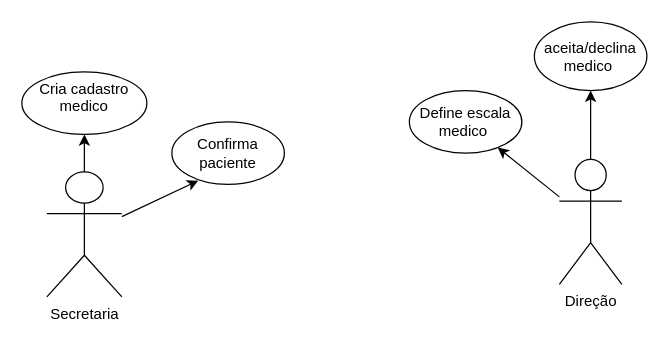
This is Diagramas/gerente-secre.drawio.xml from mborges007/ssu, a draw.io file, before an edit. Source tidied: cells renumbered, new cells numbered last; positions are measured from the earlier drawing's top-left corner, leaving out a move shared by most shapes. Both pictures are drawn from the tidied source at 125%, with x=0, y=0 at pixel (21, 21).
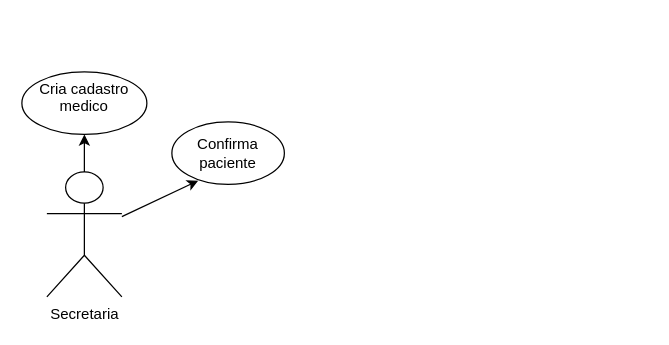
After the change.

The edit, as a diff of the source:
```diff
@@
 <mxGraphModel>
   <root>
     <mxCell id="0" />
     <mxCell id="1" parent="0" />
     <mxCell id="2" style="edgeStyle=orthogonalEdgeStyle;rounded=0;jettySize=auto;html=1;" parent="1" edge="1" source="3" target="4">
       <mxGeometry relative="1" as="geometry" />
     </mxCell>
     <mxCell id="3" value="Secretaria" style="shape=umlActor;verticalLabelPosition=bottom;verticalAlign=top;html=1;outlineConnect=0;" parent="1" vertex="1">
       <mxGeometry x="20" y="120" width="60" height="100" as="geometry" />
     </mxCell>
     <mxCell id="4" value="Cria cadastro medico" style="ellipse;whiteSpace=wrap;html=1;verticalAlign=top;" parent="1" vertex="1">
       <mxGeometry y="40" width="100" height="50" as="geometry" />
     </mxCell>
     <mxCell id="5" value="Confirma paciente" style="ellipse;whiteSpace=wrap;html=1;" parent="1" vertex="1">
       <mxGeometry x="120" y="80" width="90" height="50" as="geometry" />
     </mxCell>
-    <mxCell id="6" value="Direção" style="shape=umlActor;verticalLabelPosition=bottom;verticalAlign=top;html=1;outlineConnect=0;" parent="1" vertex="1">
-      <mxGeometry x="430" y="110" width="50" height="100" as="geometry" />
-    </mxCell>
-    <mxCell id="7" value="Define escala medico&amp;nbsp;" style="ellipse;whiteSpace=wrap;html=1;" parent="1" vertex="1">
-      <mxGeometry x="310" y="55" width="90" height="50" as="geometry" />
-    </mxCell>
-    <mxCell id="8" value="aceita/declina medico&amp;nbsp;" style="ellipse;whiteSpace=wrap;html=1;" parent="1" vertex="1">
-      <mxGeometry x="410" width="90" height="55" as="geometry" />
-    </mxCell>
-    <mxCell id="9" style="endArrow=classic;html=1;rounded=0;exitX=0.5;exitY=0;exitDx=0;exitDy=0;exitPerimeter=0;" parent="1" edge="1" source="6" target="8">
-      <mxGeometry relative="1" as="geometry" />
-    </mxCell>
-    <mxCell id="10" style="endArrow=classic;html=1;rounded=0;" parent="1" edge="1" source="6" target="7">
-      <mxGeometry relative="1" as="geometry" />
-    </mxCell>
     <mxCell id="11" style="endArrow=classic;html=1;rounded=0;entryX=0.235;entryY=0.94;entryDx=0;entryDy=0;entryPerimeter=0;" parent="1" edge="1" source="3" target="5">
       <mxGeometry relative="1" as="geometry" />
     </mxCell>
   </root>
 </mxGraphModel>
```
